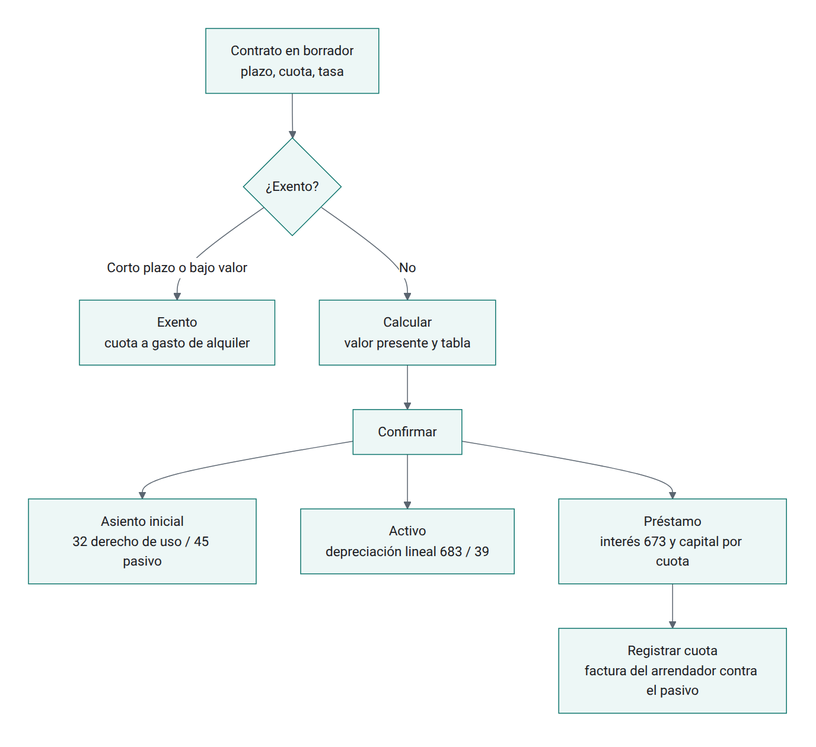
This is OL-ACCOUNTING/al_l10n_pe_lease/static/description/diagramas/arrendamiento.png from olanoit/ol_new_apps, a Mermaid export, as it was before one commit. Its source is kept beside it as OL-ACCOUNTING/al_l10n_pe_lease/static/description/diagramas/arrendamiento.mmd. Source of this version:
```mermaid
flowchart TD
  A[Contrato en borrador<br/>plazo, cuota, tasa] --> B{¿Exento?}
  B -- Corto plazo o bajo valor --> C[Exento<br/>cuota a gasto de alquiler]
  B -- No --> D[Calcular<br/>valor presente y tabla]
  D --> E[Confirmar]
  E --> F[Asiento inicial<br/>32 derecho de uso / 45 pasivo]
  E --> G[Activo<br/>depreciación lineal 683 / 39]
  E --> H[Préstamo<br/>interés 673 y capital por cuota]
  H --> I[Registrar cuota<br/>factura del arrendador contra el pasivo]
```
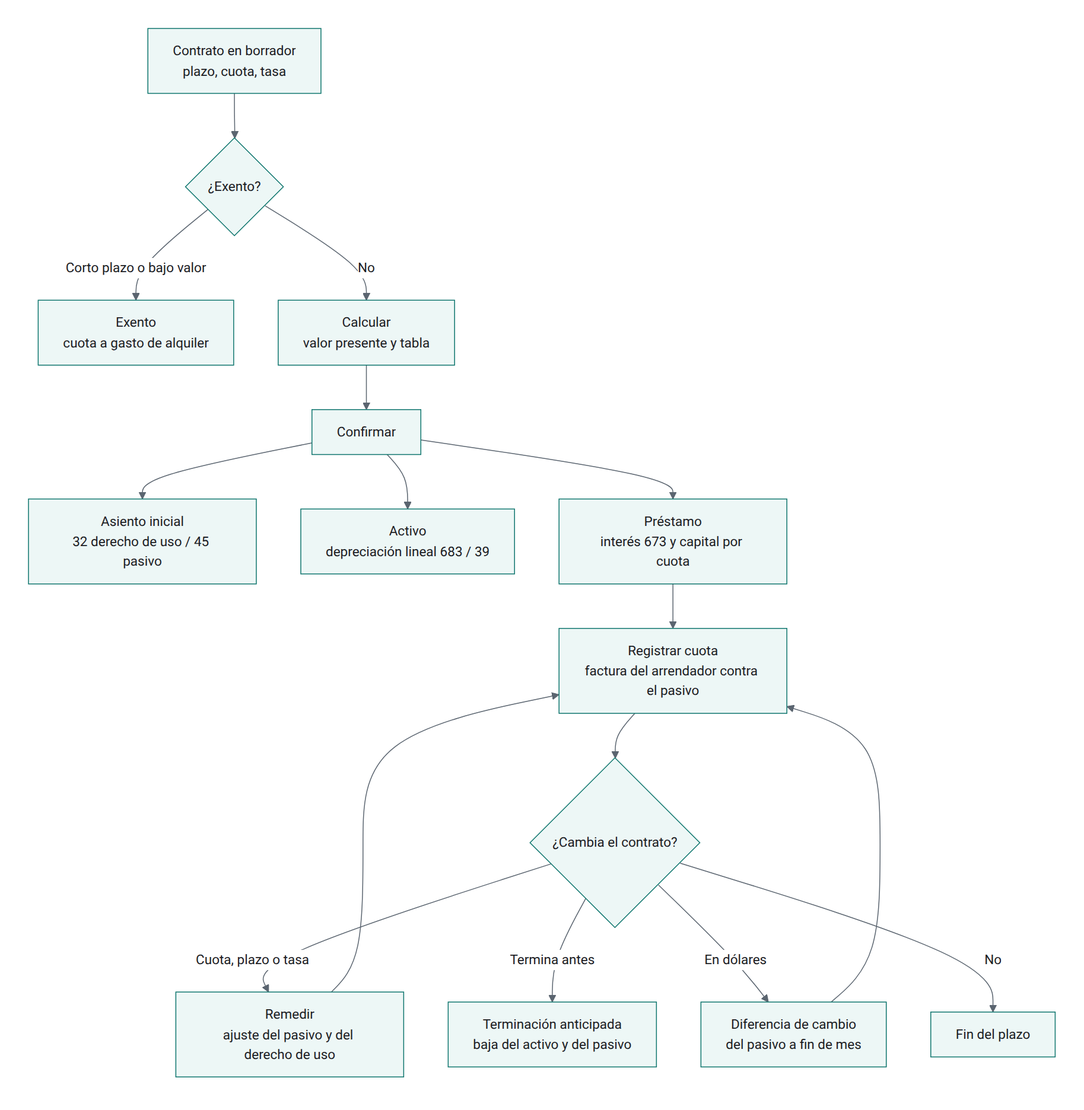
The same file after the commit.

Diff of the diagram source:
```diff
@@ -7,3 +7,10 @@
   E --> G[Activo<br/>depreciación lineal 683 / 39]
   E --> H[Préstamo<br/>interés 673 y capital por cuota]
   H --> I[Registrar cuota<br/>factura del arrendador contra el pasivo]
+  I --> J{¿Cambia el contrato?}
+  J -- Cuota, plazo o tasa --> K[Remedir<br/>ajuste del pasivo y del derecho de uso]
+  J -- Termina antes --> L[Terminación anticipada<br/>baja del activo y del pasivo]
+  J -- En dólares --> M[Diferencia de cambio<br/>del pasivo a fin de mes]
+  J -- No --> N[Fin del plazo]
+  K --> I
+  M --> I
```
